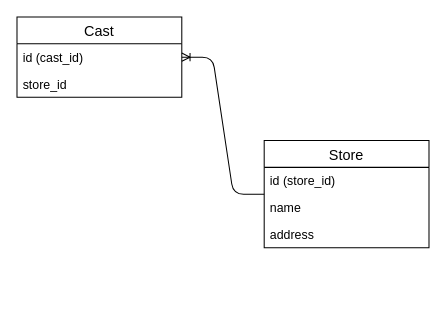
Earlier version of the draw.io diagram document/02. 基本設計/draw.io/store.drawio (mabubu0203/catcafe). Source tidied: cells renumbered, new cells numbered last; positions are measured from the earlier drawing's top-left corner, leaving out a move shared by most shapes. Both pictures are drawn from the tidied source at 103%, with x=0, y=0 at pixel (16, 16).
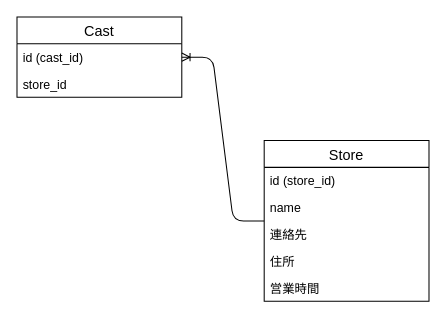
Above is the later version.

Diff of the diagram source:
```diff
@@
 <mxGraphModel>
   <root>
     <mxCell id="0" />
     <mxCell id="1" parent="0" />
     <mxCell id="2" value="Cast" style="swimlane;fontStyle=0;horizontal=1;startSize=26;align=center;fontSize=14;" parent="1" vertex="1">
       <mxGeometry width="160" height="78" as="geometry" />
     </mxCell>
     <mxCell id="3" value="id (cast_id)" style="text;strokeColor=none;fillColor=none;spacingLeft=4;spacingRight=4;overflow=hidden;fontSize=12;" parent="2" vertex="1">
       <mxGeometry y="26" width="160" height="26" as="geometry" />
     </mxCell>
     <mxCell id="4" value="store_id" style="text;strokeColor=none;fillColor=none;spacingLeft=4;spacingRight=4;overflow=hidden;fontSize=12;" parent="2" vertex="1">
       <mxGeometry y="52" width="160" height="26" as="geometry" />
     </mxCell>
     <mxCell id="5" value="Store" style="swimlane;fontStyle=0;horizontal=1;startSize=26;align=center;fontSize=14;" parent="1" vertex="1">
-      <mxGeometry x="240" y="120" width="160" height="104" as="geometry" />
+      <mxGeometry x="240" y="120" width="160" height="156" as="geometry" />
     </mxCell>
     <mxCell id="6" value="id (store_id)" style="text;strokeColor=none;fillColor=none;spacingLeft=4;spacingRight=4;overflow=hidden;fontSize=12;" parent="5" vertex="1">
       <mxGeometry y="26" width="160" height="26" as="geometry" />
     </mxCell>
     <mxCell id="7" value="name" style="text;strokeColor=none;fillColor=none;spacingLeft=4;spacingRight=4;overflow=hidden;fontSize=12;" parent="5" vertex="1">
       <mxGeometry y="52" width="160" height="26" as="geometry" />
     </mxCell>
+    <mxCell id="10" value="連絡先" style="text;strokeColor=none;fillColor=none;spacingLeft=4;spacingRight=4;overflow=hidden;fontSize=12;" parent="5" vertex="1">
+      <mxGeometry y="78" width="160" height="26" as="geometry" />
+    </mxCell>
-    <mxCell id="8" value="address" style="text;strokeColor=none;fillColor=none;spacingLeft=4;spacingRight=4;overflow=hidden;fontSize=12;" parent="5" vertex="1">
-      <mxGeometry y="78" width="160" height="26" as="geometry" />
+    <mxCell id="8" value="住所" style="text;strokeColor=none;fillColor=none;spacingLeft=4;spacingRight=4;overflow=hidden;fontSize=12;" parent="5" vertex="1">
+      <mxGeometry y="104" width="160" height="26" as="geometry" />
     </mxCell>
+    <mxCell id="11" value="営業時間" style="text;strokeColor=none;fillColor=none;spacingLeft=4;spacingRight=4;overflow=hidden;fontSize=12;" parent="5" vertex="1">
+      <mxGeometry y="130" width="160" height="26" as="geometry" />
+    </mxCell>
     <mxCell id="9" style="edgeStyle=entityRelationEdgeStyle;fontSize=12;html=1;endArrow=ERoneToMany;" parent="1" edge="1" source="5" target="2">
       <mxGeometry relative="1" as="geometry" />
     </mxCell>
   </root>
 </mxGraphModel>
```
